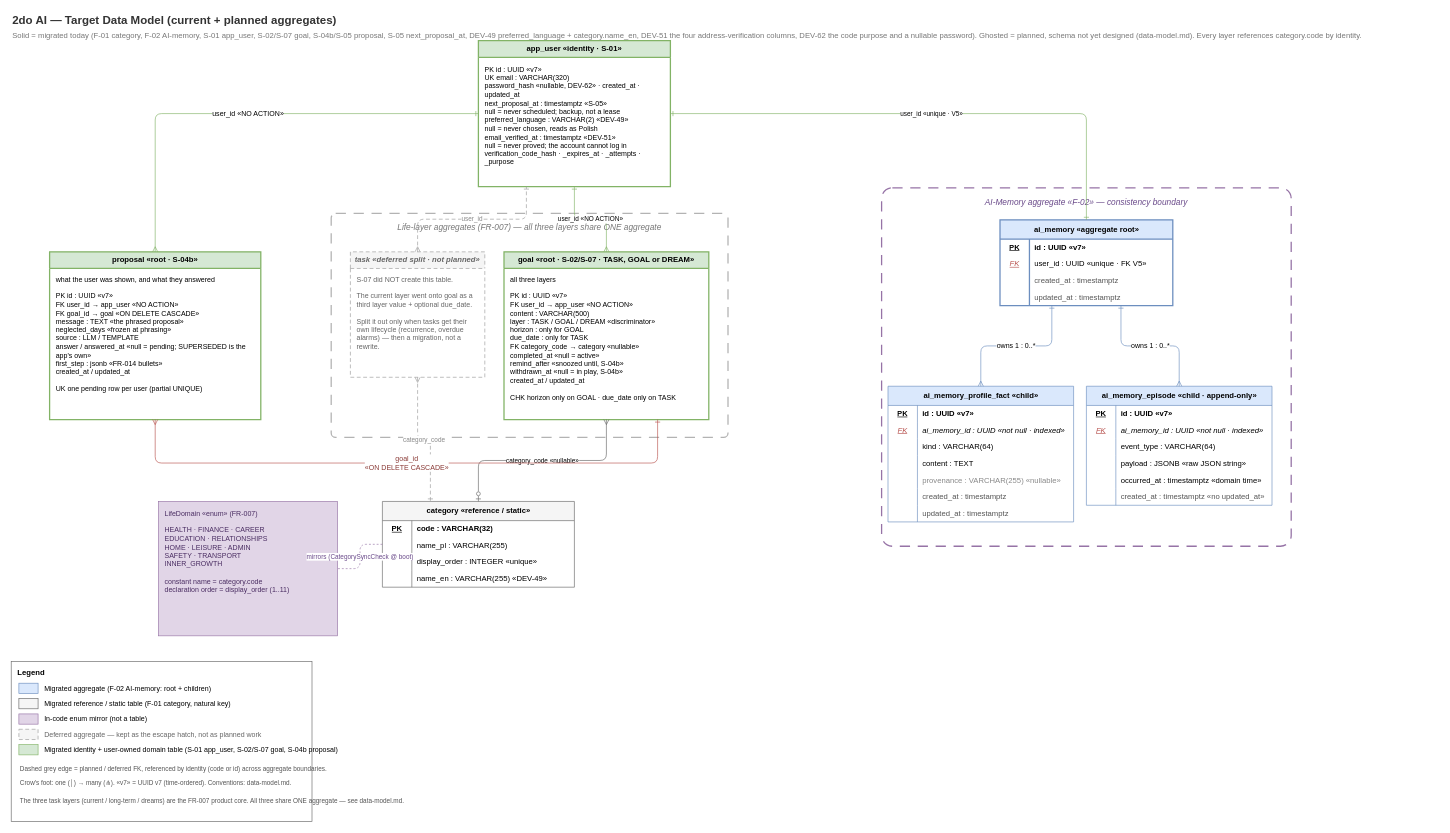
The draw.io diagram context/foundation/data-model-target.drawio in TheDariusz/2doai, before the edit. Source tidied: cells renumbered, new cells numbered last; positions are measured from the earlier drawing's top-left corner, leaving out a move shared by most shapes. Both pictures are drawn from the tidied source at 64%, with x=0, y=0 at pixel (11, 11).
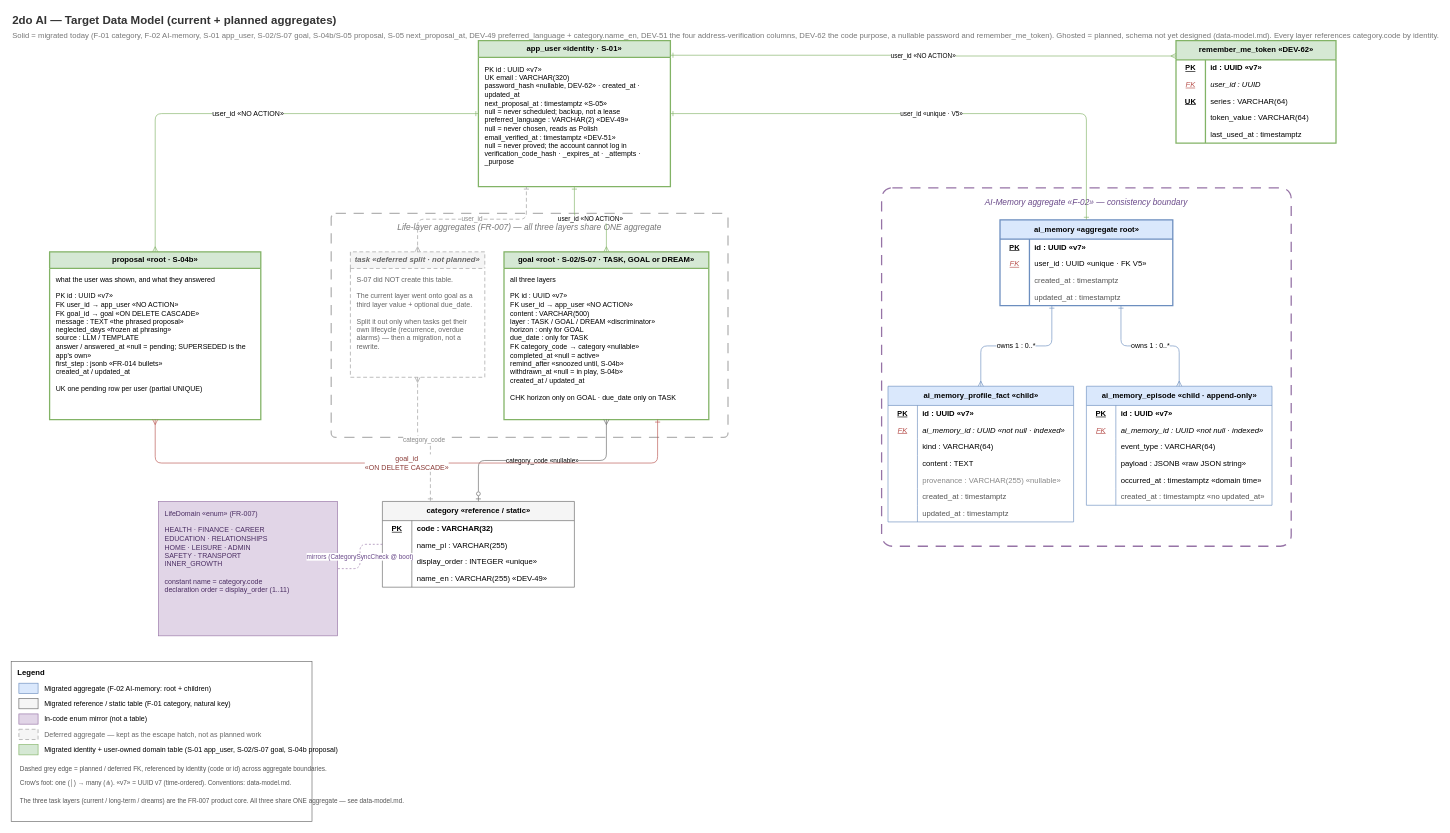
The same page after the edit.

The change refers to these unchanged cells:
```xml
<mxCell id="6" value="app_user  «identity · S-01»" style="swimlane;startSize=26;html=1;fillColor=#d5e8d4;strokeColor=#82b366;strokeWidth=2;fontStyle=1;align=center;whiteSpace=wrap;" parent="1" vertex="1">
  <mxGeometry x="730" y="46" width="300" height="228" as="geometry" />
</mxCell>
```

What changed in the source:
```diff
@@
-    <mxCell id="3" value="Solid = migrated today (F-01 category, F-02 AI-memory, S-01 app_user, S-02/S-07 goal, S-04b/S-05 proposal, S-05 next_proposal_at, DEV-49 preferred_language + category.name_en, DEV-51 the four address-verification columns, DEV-62 the code purpose and a nullable password).   Ghosted = planned, schema not yet designed (data-model.md).   Every layer references category.code by identity." style="text;html=1;align=left;verticalAlign=middle;fontSize=12;fontColor=#777777;" parent="1" vertex="1">
+    <mxCell id="3" value="Solid = migrated today (F-01 category, F-02 AI-memory, S-01 app_user, S-02/S-07 goal, S-04b/S-05 proposal, S-05 next_proposal_at, DEV-49 preferred_language + category.name_en, DEV-51 the four address-verification columns, DEV-62 the code purpose, a nullable password and remember_me_token).   Ghosted = planned, schema not yet designed (data-model.md).   Every layer references category.code by identity." style="text;html=1;align=left;verticalAlign=middle;fontSize=12;fontColor=#777777;" parent="1" vertex="1">
       <mxGeometry y="28" width="1200" height="20" as="geometry" />
     </mxCell>
@@
+    <mxCell id="106" value="remember_me_token  «DEV-62»" style="shape=table;startSize=30;childLayout=tableLayout;rowLines=0;fontStyle=1;align=center;strokeColor=#82b366;strokeWidth=2;fillColor=#d5e8d4;html=1;" parent="1" vertex="1">
+      <mxGeometry x="1820" y="46" width="250" height="160" as="geometry" />
+    </mxCell>
+    <mxCell id="107" style="shape=tableRow;horizontal=0;startSize=0;swimlaneHead=0;swimlaneBody=0;strokeColor=inherit;top=0;left=0;right=0;bottom=0;fillColor=none;fontSize=12;" parent="106" vertex="1">
+      <mxGeometry y="30" width="250" height="26" as="geometry" />
+    </mxCell>
+    <mxCell id="108" value="PK" style="shape=partialRectangle;html=1;whiteSpace=wrap;strokeColor=inherit;overflow=hidden;fillColor=none;top=0;left=0;bottom=0;right=0;fontStyle=5;align=center;" parent="107" vertex="1">
+      <mxGeometry width="46" height="26" as="geometry" />
+    </mxCell>
+    <mxCell id="109" value="id : UUID  «v7»" style="shape=partialRectangle;html=1;whiteSpace=wrap;strokeColor=inherit;overflow=hidden;fillColor=none;top=0;left=0;bottom=0;right=0;align=left;spacingLeft=6;fontStyle=1;" parent="107" vertex="1">
+      <mxGeometry x="46" width="204" height="26" as="geometry" />
+    </mxCell>
+    <mxCell id="110" style="shape=tableRow;horizontal=0;startSize=0;swimlaneHead=0;swimlaneBody=0;strokeColor=inherit;top=0;left=0;right=0;bottom=0;fillColor=none;fontSize=12;" parent="106" vertex="1">
+      <mxGeometry y="56" width="250" height="26" as="geometry" />
+    </mxCell>
+    <mxCell id="111" value="FK" style="shape=partialRectangle;html=1;whiteSpace=wrap;strokeColor=inherit;overflow=hidden;fillColor=none;top=0;left=0;bottom=0;right=0;fontStyle=6;align=center;fontColor=#b85450;" parent="110" vertex="1">
+      <mxGeometry width="46" height="26" as="geometry" />
+    </mxCell>
+    <mxCell id="112" value="user_id : UUID" style="shape=partialRectangle;html=1;whiteSpace=wrap;strokeColor=inherit;overflow=hidden;fillColor=none;top=0;left=0;bottom=0;right=0;align=left;spacingLeft=6;fontStyle=2;" parent="110" vertex="1">
+      <mxGeometry x="46" width="204" height="26" as="geometry" />
+    </mxCell>
+    <mxCell id="113" style="shape=tableRow;horizontal=0;startSize=0;swimlaneHead=0;swimlaneBody=0;strokeColor=inherit;top=0;left=0;right=0;bottom=0;fillColor=none;fontSize=12;" parent="106" vertex="1">
+      <mxGeometry y="82" width="250" height="26" as="geometry" />
+    </mxCell>
+    <mxCell id="114" value="UK" style="shape=partialRectangle;html=1;whiteSpace=wrap;strokeColor=inherit;overflow=hidden;fillColor=none;top=0;left=0;bottom=0;right=0;fontStyle=5;align=center;" parent="113" vertex="1">
+      <mxGeometry width="46" height="26" as="geometry" />
+    </mxCell>
+    <mxCell id="115" value="series : VARCHAR(64)" style="shape=partialRectangle;html=1;whiteSpace=wrap;strokeColor=inherit;overflow=hidden;fillColor=none;top=0;left=0;bottom=0;right=0;align=left;spacingLeft=6;" parent="113" vertex="1">
+      <mxGeometry x="46" width="204" height="26" as="geometry" />
+    </mxCell>
+    <mxCell id="116" style="shape=tableRow;horizontal=0;startSize=0;swimlaneHead=0;swimlaneBody=0;strokeColor=inherit;top=0;left=0;right=0;bottom=0;fillColor=none;fontSize=12;" parent="106" vertex="1">
+      <mxGeometry y="108" width="250" height="26" as="geometry" />
+    </mxCell>
+    <mxCell id="117" style="shape=partialRectangle;html=1;whiteSpace=wrap;strokeColor=inherit;overflow=hidden;fillColor=none;top=0;left=0;bottom=0;right=0;" parent="116" vertex="1">
+      <mxGeometry width="46" height="26" as="geometry" />
+    </mxCell>
+    <mxCell id="118" value="token_value : VARCHAR(64)" style="shape=partialRectangle;html=1;whiteSpace=wrap;strokeColor=inherit;overflow=hidden;fillColor=none;top=0;left=0;bottom=0;right=0;align=left;spacingLeft=6;" parent="116" vertex="1">
+      <mxGeometry x="46" width="204" height="26" as="geometry" />
+    </mxCell>
+    <mxCell id="119" style="shape=tableRow;horizontal=0;startSize=0;swimlaneHead=0;swimlaneBody=0;strokeColor=inherit;top=0;left=0;right=0;bottom=0;fillColor=none;fontSize=12;" parent="106" vertex="1">
+      <mxGeometry y="134" width="250" height="26" as="geometry" />
+    </mxCell>
+    <mxCell id="120" style="shape=partialRectangle;html=1;whiteSpace=wrap;strokeColor=inherit;overflow=hidden;fillColor=none;top=0;left=0;bottom=0;right=0;" parent="119" vertex="1">
+      <mxGeometry width="46" height="26" as="geometry" />
+    </mxCell>
+    <mxCell id="121" value="last_used_at : timestamptz" style="shape=partialRectangle;html=1;whiteSpace=wrap;strokeColor=inherit;overflow=hidden;fillColor=none;top=0;left=0;bottom=0;right=0;align=left;spacingLeft=6;" parent="119" vertex="1">
+      <mxGeometry x="46" width="204" height="26" as="geometry" />
+    </mxCell>
+    <mxCell id="122" value="user_id  «NO ACTION»" style="edgeStyle=orthogonalEdgeStyle;rounded=1;jettySize=auto;html=1;startArrow=ERmany;startFill=0;endArrow=ERone;endFill=0;strokeColor=#82b366;fontSize=10;labelBackgroundColor=#ffffff;exitX=0;exitY=0.15;exitDx=0;exitDy=0;entryX=1;entryY=0.1;entryDx=0;entryDy=0;" parent="1" edge="1" source="106" target="6">
+      <mxGeometry relative="1" as="geometry" />
+    </mxCell>
```
